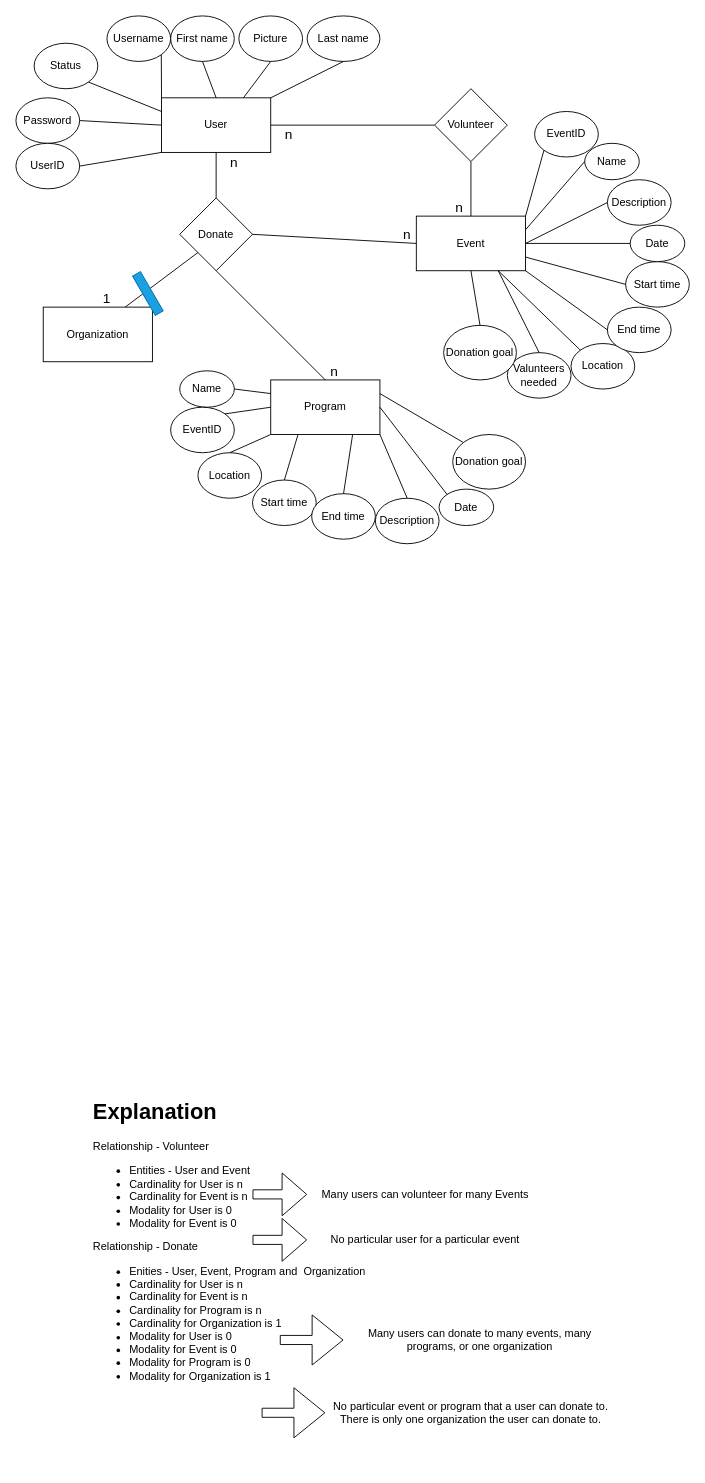
Andrew-EKrause/TeamAptiv-Web-App keeps this draw.io diagram as Architecture-Design/Architectural-Design_(UML-Diagrams).drawio. Above is the earlier version. Source tidied: cells renumbered, new cells numbered last; positions are measured from the earlier drawing's top-left corner, leaving out a move shared by most shapes. Both pictures are drawn from the tidied source at 91%, with x=0, y=0 at pixel (15, 15).
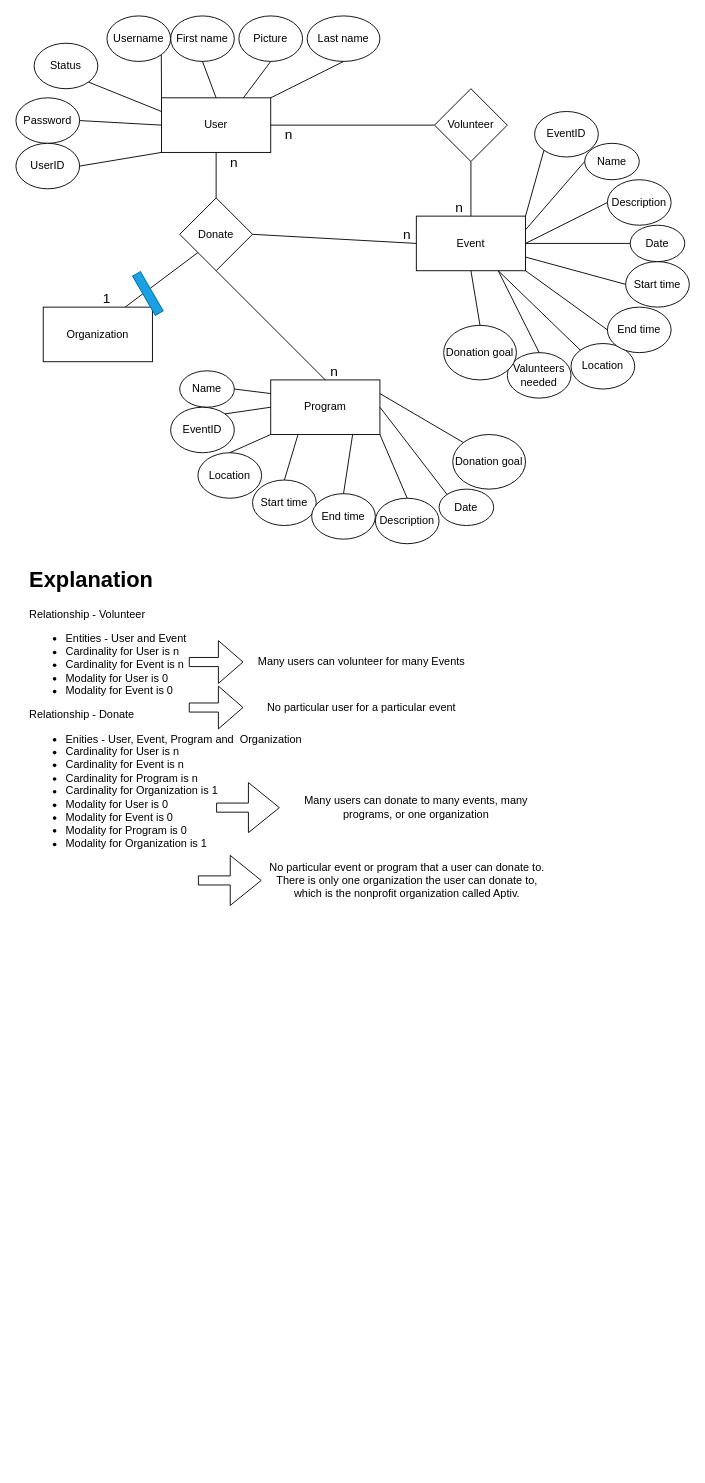
After the change.

Commit message (it also covers changes not shown here):
Edited UML diagram

Diff of the diagram source:
```diff
@@
     <mxCell id="68" value="&lt;h1&gt;Explanation&lt;/h1&gt;&lt;p&gt;&lt;span&gt;Relationship - Volunteer&lt;/span&gt;&lt;br&gt;&lt;/p&gt;&lt;p&gt;&lt;/p&gt;&lt;ul&gt;&lt;li&gt;&lt;span&gt;Entities - User and Event&lt;/span&gt;&lt;/li&gt;&lt;li&gt;&lt;span&gt;Cardinality for User is n&lt;/span&gt;&lt;/li&gt;&lt;li&gt;Cardinality for Event is n&lt;/li&gt;&lt;li&gt;Modality for User is 0&lt;/li&gt;&lt;li&gt;Modality for Event is 0&lt;/li&gt;&lt;/ul&gt;&lt;div&gt;Relationship - Donate&lt;/div&gt;&lt;div&gt;&lt;ul&gt;&lt;li&gt;Enities - User, Event, Program and&amp;nbsp; Organization&lt;/li&gt;&lt;li&gt;Cardinality for User is n&lt;/li&gt;&lt;li&gt;Cardinality for Event is n&lt;/li&gt;&lt;li&gt;Cardinality for Program is n&lt;/li&gt;&lt;li&gt;Cardinality for Organization is 1&lt;/li&gt;&lt;li&gt;Modality for User is 0&lt;/li&gt;&lt;li&gt;Modality for Event is 0&lt;/li&gt;&lt;li&gt;Modality for Program is 0&lt;/li&gt;&lt;li&gt;Modality for Organization is 1&lt;/li&gt;&lt;/ul&gt;&lt;/div&gt;&lt;p&gt;&lt;/p&gt;" style="text;html=1;strokeColor=none;fillColor=none;spacing=5;spacingTop=-20;whiteSpace=wrap;overflow=hidden;rounded=0;" parent="1" vertex="1">
-      <mxGeometry x="80" y="1185" width="320" height="410" as="geometry" />
+      <mxGeometry x="10" y="600" width="320" height="410" as="geometry" />
     </mxCell>
     <mxCell id="69" style="shape=flexArrow;endArrow=classic;html=1;endWidth=36;endSize=8.67;" parent="1" edge="1">
       <mxGeometry relative="1" as="geometry">
-        <mxPoint x="260" y="1295" as="sourcePoint" />
-        <mxPoint x="320" y="1295" as="targetPoint" />
+        <mxPoint x="190" y="710" as="sourcePoint" />
+        <mxPoint x="250" y="710" as="targetPoint" />
       </mxGeometry>
     </mxCell>
     <mxCell id="70" style="shape=flexArrow;endArrow=classic;html=1;endWidth=36;endSize=8.67;" parent="1" edge="1">
       <mxGeometry relative="1" as="geometry">
-        <mxPoint x="260" y="1345" as="sourcePoint" />
-        <mxPoint x="320" y="1345" as="targetPoint" />
+        <mxPoint x="190" y="760" as="sourcePoint" />
+        <mxPoint x="250" y="760" as="targetPoint" />
       </mxGeometry>
     </mxCell>
     <mxCell id="71" value="Many users can volunteer for many Events" style="text;html=1;strokeColor=none;fillColor=none;align=center;verticalAlign=middle;whiteSpace=wrap;rounded=0;" parent="1" vertex="1">
-      <mxGeometry x="320" y="1275" width="260" height="40" as="geometry" />
+      <mxGeometry x="250" y="690" width="260" height="40" as="geometry" />
     </mxCell>
     <mxCell id="72" value="No particular user for a particular event" style="text;html=1;strokeColor=none;fillColor=none;align=center;verticalAlign=middle;whiteSpace=wrap;rounded=0;" parent="1" vertex="1">
-      <mxGeometry x="320" y="1325" width="260" height="40" as="geometry" />
+      <mxGeometry x="250" y="740" width="260" height="40" as="geometry" />
     </mxCell>
     <mxCell id="73" style="shape=flexArrow;endArrow=classic;html=1;endWidth=44;endSize=11;" parent="1" edge="1">
       <mxGeometry relative="1" as="geometry">
-        <mxPoint x="290" y="1455" as="sourcePoint" />
-        <mxPoint x="360" y="1455" as="targetPoint" />
+        <mxPoint x="220" y="870" as="sourcePoint" />
+        <mxPoint x="290" y="870" as="targetPoint" />
       </mxGeometry>
     </mxCell>
     <mxCell id="74" style="shape=flexArrow;endArrow=classic;html=1;endWidth=44;endSize=11;" parent="1" edge="1">
       <mxGeometry relative="1" as="geometry">
-        <mxPoint x="270" y="1535" as="sourcePoint" />
-        <mxPoint x="340" y="1535" as="targetPoint" />
+        <mxPoint x="200" y="950" as="sourcePoint" />
+        <mxPoint x="270" y="950" as="targetPoint" />
       </mxGeometry>
     </mxCell>
     <mxCell id="75" value="Many users can donate to many events, many programs, or one organization" style="text;html=1;strokeColor=none;fillColor=none;align=center;verticalAlign=middle;whiteSpace=wrap;rounded=0;" parent="1" vertex="1">
-      <mxGeometry x="360" y="1435" width="300" height="40" as="geometry" />
+      <mxGeometry x="290" y="850" width="300" height="40" as="geometry" />
     </mxCell>
@@
-    <mxCell id="77" value="No particular event or program that a user can donate to. There is only one organization the user can donate to." style="text;html=1;strokeColor=none;fillColor=none;align=center;verticalAlign=middle;whiteSpace=wrap;rounded=0;" parent="1" vertex="1">
-      <mxGeometry x="340" y="1515" width="320" height="40" as="geometry" />
+    <mxCell id="77" value="No particular event or program that a user can donate to. There is only one organization the user can donate to,&lt;br&gt;which is the nonprofit organization called Aptiv." style="text;html=1;strokeColor=none;fillColor=none;align=center;verticalAlign=middle;whiteSpace=wrap;rounded=0;" parent="1" vertex="1">
+      <mxGeometry x="270" y="930" width="320" height="40" as="geometry" />
     </mxCell>
```
